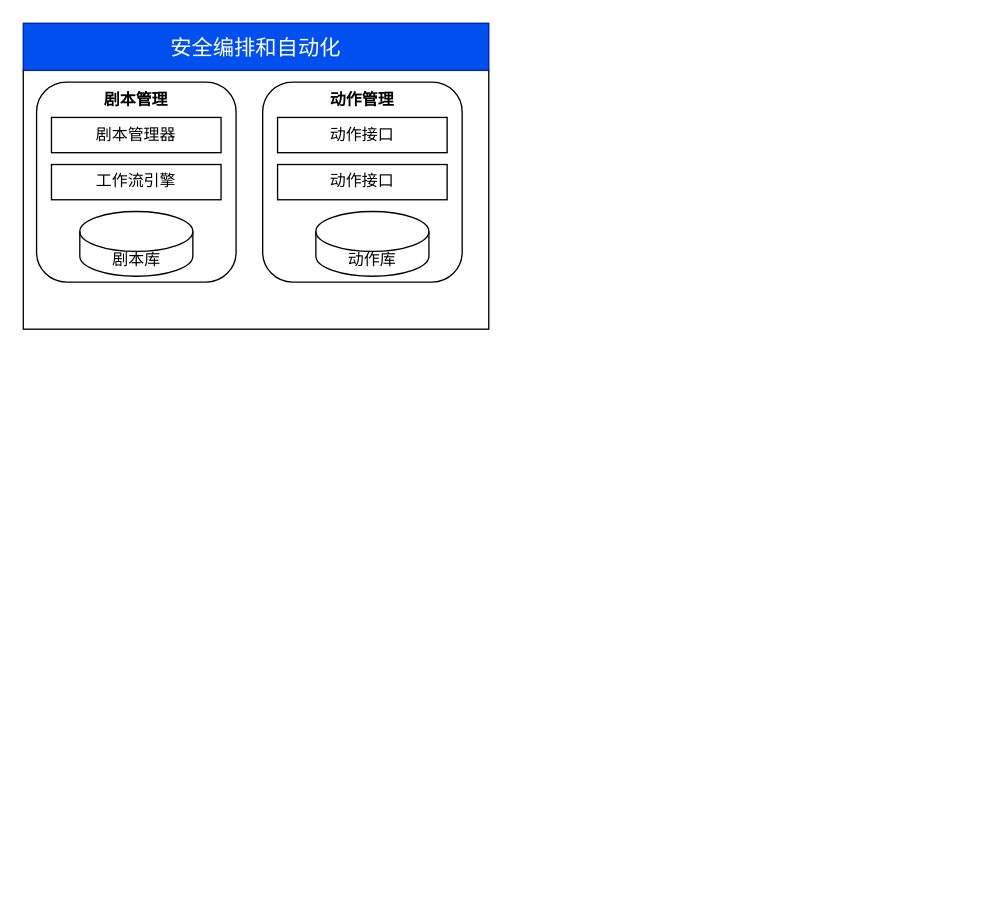
This is 安全编排框架图.drawio from liujianqun/draw, a draw.io file, before an edit. Source tidied: cells renumbered, new cells numbered last; positions are measured from the earlier drawing's top-left corner, leaving out a move shared by most shapes. Both pictures are drawn from the tidied source at 133%, with x=0, y=0 at pixel (23, 23).
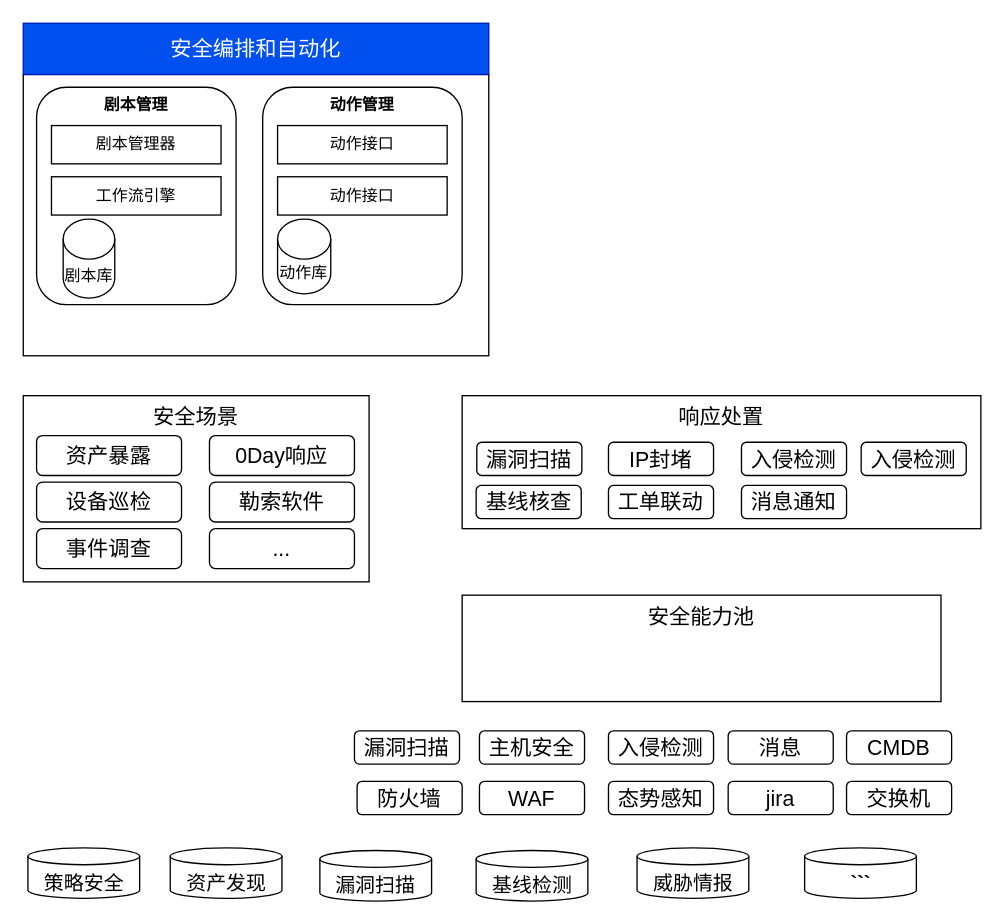
The same page after the edit.

Commit message (it also covers changes not shown here):
Update 安全编排框架图.drawio

The edit, as a diff of the source:
````diff
@@
     <mxCell id="2" style="group;fontStyle=1;fontSize=15;" parent="1" vertex="1">
-      <mxGeometry width="350" height="230" as="geometry" />
+      <mxGeometry width="350" height="250" as="geometry" />
     </mxCell>
     <mxCell id="3" style="rounded=0;whiteSpace=wrap;html=1;" parent="2" vertex="1">
-      <mxGeometry y="35.4" width="350" height="194.6" as="geometry" />
+      <mxGeometry y="38.5" width="350" height="211.5" as="geometry" />
     </mxCell>
     <mxCell id="4" value="安全编排和自动化" style="rounded=0;whiteSpace=wrap;html=1;fillColor=#0050ef;strokeColor=#001DBC;fontColor=#ffffff;fontSize=16;" parent="2" vertex="1">
-      <mxGeometry width="350" height="35.4" as="geometry" />
+      <mxGeometry width="350" height="38.5" as="geometry" />
     </mxCell>
     <mxCell id="5" value="剧本管理" style="rounded=1;whiteSpace=wrap;html=1;verticalAlign=top;fontStyle=1;" parent="2" vertex="1">
-      <mxGeometry x="10" y="44.2" width="150" height="150.4" as="geometry" />
+      <mxGeometry x="10" y="48.1" width="150" height="163.5" as="geometry" />
     </mxCell>
     <mxCell id="6" value="剧本管理器" style="rounded=0;whiteSpace=wrap;html=1;" parent="2" vertex="1">
-      <mxGeometry x="21.2" y="70.8" width="127.5" height="26.5" as="geometry" />
+      <mxGeometry x="21.2" y="76.9" width="127.5" height="28.8" as="geometry" />
     </mxCell>
     <mxCell id="7" value="工作流引擎" style="rounded=0;whiteSpace=wrap;html=1;" parent="2" vertex="1">
-      <mxGeometry x="21.2" y="106.2" width="127.5" height="26.5" as="geometry" />
+      <mxGeometry x="21.2" y="115.4" width="127.5" height="28.8" as="geometry" />
     </mxCell>
     <mxCell id="8" value="剧本库" style="shape=cylinder3;whiteSpace=wrap;html=1;boundedLbl=1;backgroundOutline=1;size=15;" parent="2" vertex="1">
-      <mxGeometry x="42.5" y="141.5" width="85" height="48.7" as="geometry" />
+      <mxGeometry x="30" y="147.3" width="38.8" height="59.4" as="geometry" />
     </mxCell>
     <mxCell id="9" value="动作管理" style="rounded=1;whiteSpace=wrap;html=1;verticalAlign=top;fontStyle=1;" parent="2" vertex="1">
-      <mxGeometry x="180" y="44.2" width="150" height="150.4" as="geometry" />
+      <mxGeometry x="180" y="48.1" width="150" height="163.5" as="geometry" />
     </mxCell>
     <mxCell id="10" value="动作接口" style="rounded=0;whiteSpace=wrap;html=1;" parent="2" vertex="1">
-      <mxGeometry x="191.2" y="106.2" width="127.5" height="26.5" as="geometry" />
+      <mxGeometry x="191.2" y="115.4" width="127.5" height="28.8" as="geometry" />
     </mxCell>
     <mxCell id="11" value="动作库" style="shape=cylinder3;whiteSpace=wrap;html=1;boundedLbl=1;backgroundOutline=1;size=15;" parent="2" vertex="1">
-      <mxGeometry x="220" y="141.5" width="85" height="48.7" as="geometry" />
+      <mxGeometry x="191.2" y="147.3" width="40" height="56.1" as="geometry" />
     </mxCell>
     <mxCell id="12" value="动作接口" style="rounded=0;whiteSpace=wrap;html=1;" parent="2" vertex="1">
-      <mxGeometry x="191.2" y="70.8" width="127.5" height="26.5" as="geometry" />
+      <mxGeometry x="191.2" y="76.9" width="127.5" height="28.8" as="geometry" />
     </mxCell>
+    <mxCell id="13" value="安全场景" style="rounded=0;whiteSpace=wrap;html=1;fontSize=16;verticalAlign=top;" parent="1" vertex="1">
+      <mxGeometry y="280" width="260" height="140" as="geometry" />
+    </mxCell>
+    <mxCell id="14" value="事件调查" style="rounded=1;whiteSpace=wrap;html=1;fontSize=16;" parent="1" vertex="1">
+      <mxGeometry x="10" y="380" width="109" height="30" as="geometry" />
+    </mxCell>
+    <mxCell id="15" value="设备巡检" style="rounded=1;whiteSpace=wrap;html=1;fontSize=16;" parent="1" vertex="1">
+      <mxGeometry x="10" y="345" width="109" height="30" as="geometry" />
+    </mxCell>
+    <mxCell id="16" value="资产暴露" style="rounded=1;whiteSpace=wrap;html=1;fontSize=16;" parent="1" vertex="1">
+      <mxGeometry x="10" y="310" width="109" height="30" as="geometry" />
+    </mxCell>
+    <mxCell id="17" value="0Day响应" style="rounded=1;whiteSpace=wrap;html=1;fontSize=16;" parent="1" vertex="1">
+      <mxGeometry x="140" y="310" width="109" height="30" as="geometry" />
+    </mxCell>
+    <mxCell id="18" value="勒索软件" style="rounded=1;whiteSpace=wrap;html=1;fontSize=16;" parent="1" vertex="1">
+      <mxGeometry x="140" y="345" width="109" height="30" as="geometry" />
+    </mxCell>
+    <mxCell id="19" value="..." style="rounded=1;whiteSpace=wrap;html=1;fontSize=16;" parent="1" vertex="1">
+      <mxGeometry x="140" y="380" width="109" height="30" as="geometry" />
+    </mxCell>
+    <mxCell id="20" value="响应处置" style="rounded=0;whiteSpace=wrap;html=1;fontSize=16;verticalAlign=top;" parent="1" vertex="1">
+      <mxGeometry x="330" y="280" width="390" height="100" as="geometry" />
+    </mxCell>
+    <mxCell id="21" value="安全能力池" style="rounded=0;whiteSpace=wrap;html=1;fontSize=16;verticalAlign=top;" parent="1" vertex="1">
+      <mxGeometry x="330" y="430" width="360" height="80" as="geometry" />
+    </mxCell>
+    <mxCell id="22" value="策略安全" style="strokeWidth=1;html=1;shape=mxgraph.flowchart.database;whiteSpace=wrap;fontSize=15;verticalAlign=bottom;" parent="1" vertex="1">
+      <mxGeometry x="3.5" y="620" width="84" height="38" as="geometry" />
+    </mxCell>
+    <mxCell id="23" value="资产发现" style="strokeWidth=1;html=1;shape=mxgraph.flowchart.database;whiteSpace=wrap;fontSize=15;verticalAlign=bottom;" parent="1" vertex="1">
+      <mxGeometry x="110.5" y="620" width="84" height="38" as="geometry" />
+    </mxCell>
+    <mxCell id="24" value="漏洞扫描" style="strokeWidth=1;html=1;shape=mxgraph.flowchart.database;whiteSpace=wrap;fontSize=15;verticalAlign=bottom;" parent="1" vertex="1">
+      <mxGeometry x="223" y="622" width="84" height="38" as="geometry" />
+    </mxCell>
+    <mxCell id="25" value="基线检测" style="strokeWidth=1;html=1;shape=mxgraph.flowchart.database;whiteSpace=wrap;fontSize=15;verticalAlign=bottom;" parent="1" vertex="1">
+      <mxGeometry x="340.5" y="622" width="84" height="38" as="geometry" />
+    </mxCell>
+    <mxCell id="26" value="威胁情报" style="strokeWidth=1;html=1;shape=mxgraph.flowchart.database;whiteSpace=wrap;fontSize=15;verticalAlign=bottom;" parent="1" vertex="1">
+      <mxGeometry x="461.5" y="620" width="84" height="38" as="geometry" />
+    </mxCell>
+    <mxCell id="27" value="&lt;b&gt;```&lt;/b&gt;" style="strokeWidth=1;html=1;shape=mxgraph.flowchart.database;whiteSpace=wrap;fontSize=15;verticalAlign=bottom;" parent="1" vertex="1">
+      <mxGeometry x="587.5" y="620" width="84" height="38" as="geometry" />
+    </mxCell>
+    <mxCell id="28" value="漏洞扫描" style="rounded=1;whiteSpace=wrap;html=1;fontSize=16;" parent="1" vertex="1">
+      <mxGeometry x="341" y="315" width="79" height="25" as="geometry" />
+    </mxCell>
+    <mxCell id="29" value="基线核查" style="rounded=1;whiteSpace=wrap;html=1;fontSize=16;" parent="1" vertex="1">
+      <mxGeometry x="340.5" y="347.5" width="79" height="25" as="geometry" />
+    </mxCell>
+    <mxCell id="30" value="IP封堵" style="rounded=1;whiteSpace=wrap;html=1;fontSize=16;" parent="1" vertex="1">
+      <mxGeometry x="440" y="315" width="79" height="25" as="geometry" />
+    </mxCell>
+    <mxCell id="31" value="工单联动" style="rounded=1;whiteSpace=wrap;html=1;fontSize=16;" parent="1" vertex="1">
+      <mxGeometry x="440" y="347.5" width="79" height="25" as="geometry" />
+    </mxCell>
+    <mxCell id="32" value="入侵检测" style="rounded=1;whiteSpace=wrap;html=1;fontSize=16;" parent="1" vertex="1">
+      <mxGeometry x="540" y="315" width="79" height="25" as="geometry" />
+    </mxCell>
+    <mxCell id="33" value="消息通知" style="rounded=1;whiteSpace=wrap;html=1;fontSize=16;" parent="1" vertex="1">
+      <mxGeometry x="540" y="347.5" width="79" height="25" as="geometry" />
+    </mxCell>
+    <mxCell id="34" value="入侵检测" style="rounded=1;whiteSpace=wrap;html=1;fontSize=16;" parent="1" vertex="1">
+      <mxGeometry x="630" y="315" width="79" height="25" as="geometry" />
+    </mxCell>
+    <mxCell id="35" value="漏洞扫描" style="rounded=1;whiteSpace=wrap;html=1;fontSize=16;" parent="1" vertex="1">
+      <mxGeometry x="249" y="532" width="79" height="25" as="geometry" />
+    </mxCell>
+    <mxCell id="36" value="主机安全" style="rounded=1;whiteSpace=wrap;html=1;fontSize=16;" parent="1" vertex="1">
+      <mxGeometry x="343" y="532" width="79" height="25" as="geometry" />
+    </mxCell>
+    <mxCell id="37" value="入侵检测" style="rounded=1;whiteSpace=wrap;html=1;fontSize=16;" parent="1" vertex="1">
+      <mxGeometry x="440" y="532" width="79" height="25" as="geometry" />
+    </mxCell>
+    <mxCell id="38" value="消息" style="rounded=1;whiteSpace=wrap;html=1;fontSize=16;" parent="1" vertex="1">
+      <mxGeometry x="530" y="532" width="79" height="25" as="geometry" />
+    </mxCell>
+    <mxCell id="39" value="CMDB" style="rounded=1;whiteSpace=wrap;html=1;fontSize=16;" parent="1" vertex="1">
+      <mxGeometry x="619" y="532" width="79" height="25" as="geometry" />
+    </mxCell>
+    <mxCell id="40" value="防火墙" style="rounded=1;whiteSpace=wrap;html=1;fontSize=16;" parent="1" vertex="1">
+      <mxGeometry x="251" y="570" width="79" height="25" as="geometry" />
+    </mxCell>
+    <mxCell id="41" value="WAF" style="rounded=1;whiteSpace=wrap;html=1;fontSize=16;" parent="1" vertex="1">
+      <mxGeometry x="343" y="570" width="79" height="25" as="geometry" />
+    </mxCell>
+    <mxCell id="42" value="态势感知" style="rounded=1;whiteSpace=wrap;html=1;fontSize=16;" parent="1" vertex="1">
+      <mxGeometry x="440" y="570" width="79" height="25" as="geometry" />
+    </mxCell>
+    <mxCell id="43" value="jira" style="rounded=1;whiteSpace=wrap;html=1;fontSize=16;" parent="1" vertex="1">
+      <mxGeometry x="530" y="570" width="79" height="25" as="geometry" />
+    </mxCell>
+    <mxCell id="44" value="交换机" style="rounded=1;whiteSpace=wrap;html=1;fontSize=16;" parent="1" vertex="1">
+      <mxGeometry x="619" y="570" width="79" height="25" as="geometry" />
+    </mxCell>
````
